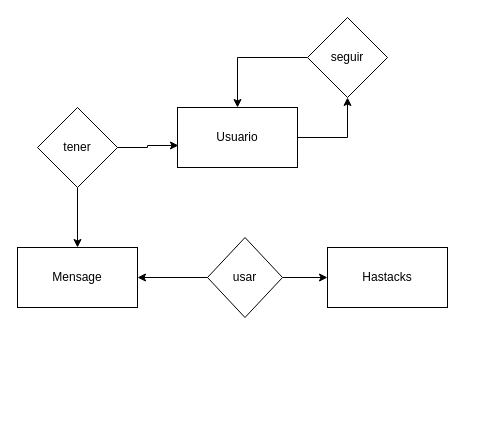
Earlier version of the draw.io diagram ej16.drawio (adriii28/amr-tsys-C3U12-11102023). Source tidied: cells renumbered, new cells numbered last; positions are measured from the earlier drawing's top-left corner, leaving out a move shared by most shapes. Both pictures are drawn from the tidied source at 100%, with x=0, y=0 at pixel (17, 17).
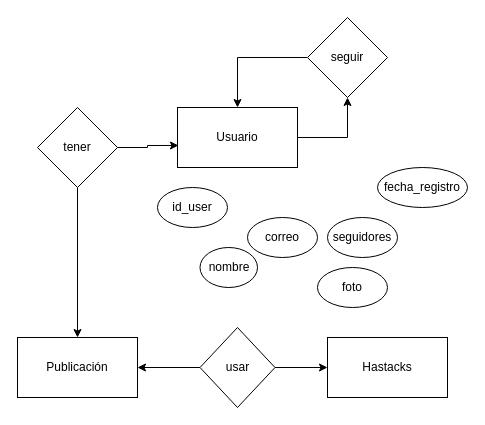
The same diagram, later.

Commit message:
atributos user

Diff of the diagram source:
```diff
@@
 <mxGraphModel>
   <root>
     <mxCell id="0" />
     <mxCell id="1" parent="0" />
     <mxCell id="2" style="edgeStyle=orthogonalEdgeStyle;rounded=0;jettySize=auto;html=1;entryX=0.5;entryY=1;entryDx=0;entryDy=0;" parent="1" edge="1" source="3" target="7">
       <mxGeometry relative="1" as="geometry" />
     </mxCell>
     <mxCell id="3" value="&lt;div&gt;Usuario&lt;/div&gt;" style="rounded=0;whiteSpace=wrap;html=1;" parent="1" vertex="1">
       <mxGeometry x="160" y="90" width="120" height="60" as="geometry" />
     </mxCell>
-    <mxCell id="4" value="Mensage" style="rounded=0;whiteSpace=wrap;html=1;" parent="1" vertex="1">
-      <mxGeometry y="230" width="120" height="60" as="geometry" />
+    <mxCell id="4" value="Publicación" style="rounded=0;whiteSpace=wrap;html=1;" parent="1" vertex="1">
+      <mxGeometry y="320" width="120" height="60" as="geometry" />
     </mxCell>
     <mxCell id="5" value="&lt;div&gt;Hastacks&lt;/div&gt;" style="rounded=0;whiteSpace=wrap;html=1;" parent="1" vertex="1">
-      <mxGeometry x="310" y="230" width="120" height="60" as="geometry" />
+      <mxGeometry x="310" y="320" width="120" height="60" as="geometry" />
     </mxCell>
     <mxCell id="6" style="edgeStyle=orthogonalEdgeStyle;rounded=0;jettySize=auto;html=1;entryX=0.5;entryY=0;entryDx=0;entryDy=0;" parent="1" edge="1" source="7" target="3">
       <mxGeometry relative="1" as="geometry" />
     </mxCell>
     <mxCell id="7" value="seguir" style="rhombus;whiteSpace=wrap;html=1;" parent="1" vertex="1">
       <mxGeometry x="290" width="80" height="80" as="geometry" />
     </mxCell>
     <mxCell id="8" style="edgeStyle=orthogonalEdgeStyle;rounded=0;jettySize=auto;html=1;" parent="1" edge="1" source="9" target="4">
       <mxGeometry relative="1" as="geometry" />
     </mxCell>
     <mxCell id="9" value="tener" style="rhombus;whiteSpace=wrap;html=1;" parent="1" vertex="1">
       <mxGeometry x="20" y="90" width="80" height="80" as="geometry" />
     </mxCell>
     <mxCell id="10" style="edgeStyle=orthogonalEdgeStyle;rounded=0;jettySize=auto;html=1;entryX=0.008;entryY=0.633;entryDx=0;entryDy=0;entryPerimeter=0;" parent="1" edge="1" source="9" target="3">
       <mxGeometry relative="1" as="geometry" />
     </mxCell>
     <mxCell id="11" style="edgeStyle=orthogonalEdgeStyle;rounded=0;jettySize=auto;html=1;entryX=1;entryY=0.5;entryDx=0;entryDy=0;" parent="1" edge="1" source="13" target="4">
       <mxGeometry relative="1" as="geometry" />
     </mxCell>
     <mxCell id="12" style="edgeStyle=orthogonalEdgeStyle;rounded=0;jettySize=auto;html=1;entryX=0;entryY=0.5;entryDx=0;entryDy=0;" parent="1" edge="1" source="13" target="5">
       <mxGeometry relative="1" as="geometry" />
     </mxCell>
     <mxCell id="13" value="usar" style="rhombus;whiteSpace=wrap;html=1;" parent="1" vertex="1">
-      <mxGeometry x="190" y="220" width="75" height="80" as="geometry" />
+      <mxGeometry x="182.5" y="310" width="75" height="80" as="geometry" />
     </mxCell>
+    <mxCell id="14" value="&lt;div&gt;id_user&lt;/div&gt;" style="ellipse;whiteSpace=wrap;html=1;" parent="1" vertex="1">
+      <mxGeometry x="140" y="170" width="70" height="40" as="geometry" />
+    </mxCell>
+    <mxCell id="15" value="correo" style="ellipse;whiteSpace=wrap;html=1;" parent="1" vertex="1">
+      <mxGeometry x="230" y="200" width="70" height="40" as="geometry" />
+    </mxCell>
+    <mxCell id="16" value="nombre" style="ellipse;whiteSpace=wrap;html=1;" parent="1" vertex="1">
+      <mxGeometry x="182.5" y="230" width="57.5" height="40" as="geometry" />
+    </mxCell>
+    <mxCell id="17" value="seguidores" style="ellipse;whiteSpace=wrap;html=1;" parent="1" vertex="1">
+      <mxGeometry x="310" y="200" width="70" height="40" as="geometry" />
+    </mxCell>
+    <mxCell id="18" value="foto" style="ellipse;whiteSpace=wrap;html=1;" parent="1" vertex="1">
+      <mxGeometry x="300" y="250" width="70" height="40" as="geometry" />
+    </mxCell>
+    <mxCell id="19" value="fecha_registro" style="ellipse;whiteSpace=wrap;html=1;" parent="1" vertex="1">
+      <mxGeometry x="360" y="150" width="90" height="40" as="geometry" />
+    </mxCell>
   </root>
 </mxGraphModel>
```
